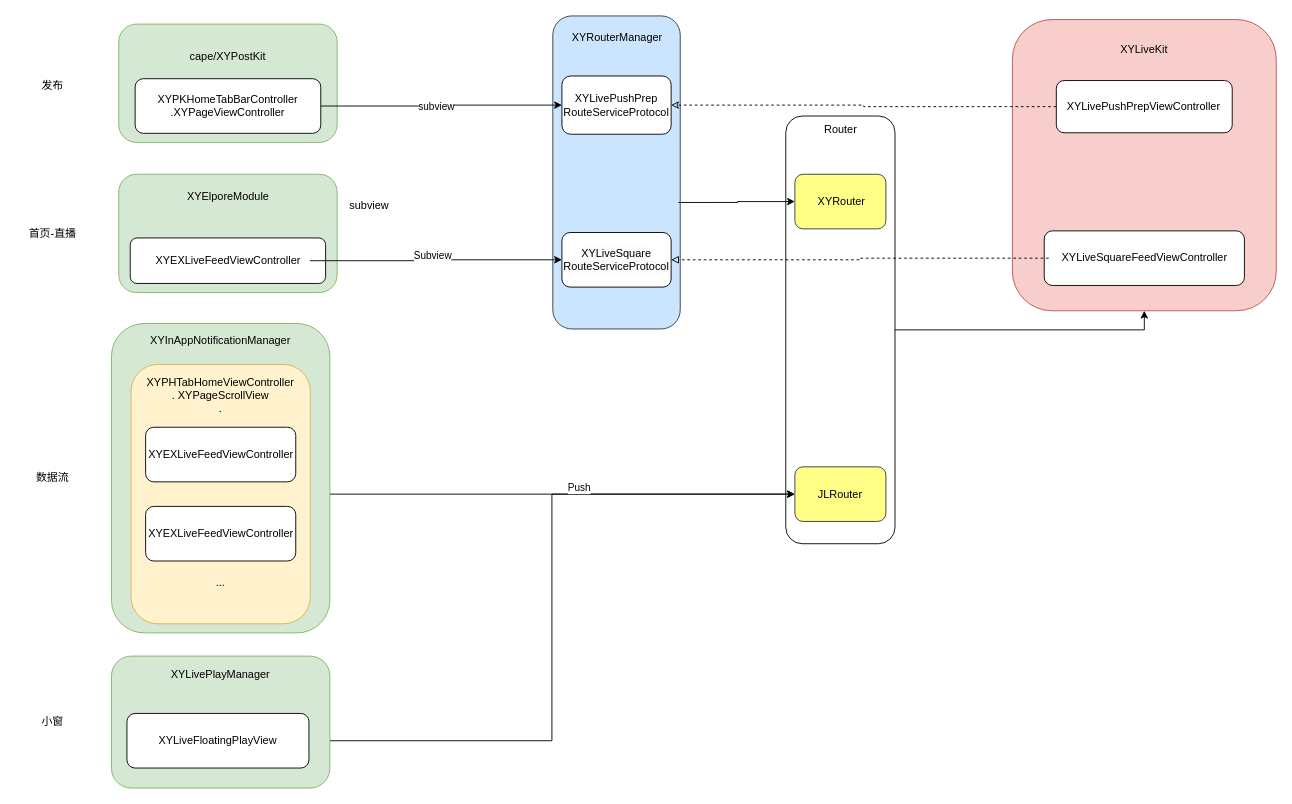
This is 小红书/Alpha入口流程梳理.drawio from ygg29/UML, a draw.io file, before an edit. Source tidied: cells renumbered, new cells numbered last; positions are measured from the earlier drawing's top-left corner, leaving out a move shared by most shapes. Both pictures are drawn from the tidied source at 91%, with x=0, y=0 at pixel (15, 15).
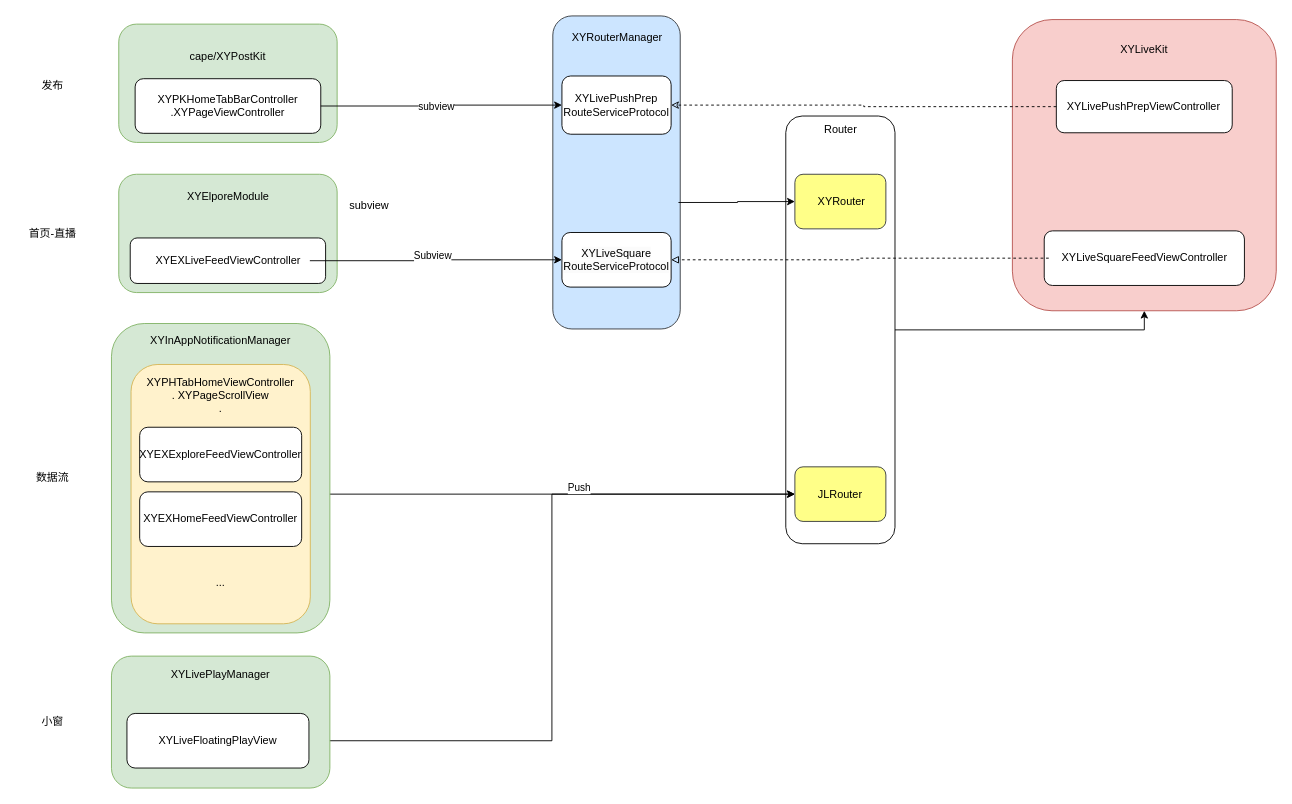
The same diagram, later.

Commit message:
更新Alpha入口流程梳理.drawio

The change refers to these unchanged cells:
```xml
<mxCell id="46" style="group;" parent="44" vertex="1">
  <mxGeometry x="21.5" y="45" width="197" height="285" as="geometry" />
</mxCell>
```

Diff of the diagram source:
```diff
@@
-    <mxCell id="49" value="XYEXLiveFeedViewController" style="rounded=1;whiteSpace=wrap;html=1;" parent="46" vertex="1">
-      <mxGeometry x="16" y="69" width="165" height="60" as="geometry" />
+    <mxCell id="49" value="XYEXExploreFeedViewController" style="rounded=1;whiteSpace=wrap;html=1;" parent="46" vertex="1">
+      <mxGeometry x="9.5" y="69" width="178" height="60" as="geometry" />
     </mxCell>
-    <mxCell id="50" value="XYEXLiveFeedViewController" style="rounded=1;whiteSpace=wrap;html=1;" parent="46" vertex="1">
-      <mxGeometry x="16" y="156" width="165" height="60" as="geometry" />
+    <mxCell id="50" value="XYEXHomeFeedViewController" style="rounded=1;whiteSpace=wrap;html=1;" parent="46" vertex="1">
+      <mxGeometry x="9.5" y="140" width="178" height="60" as="geometry" />
     </mxCell>
```
